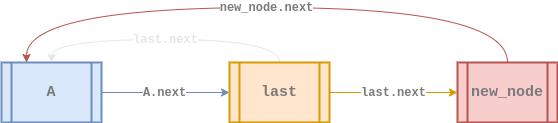
The draw.io diagram assets/data-structure/linked-list/cll-singly-insert3.png in euisblue/vue-blog, before a commit. Source tidied: cells renumbered, new cells last; positions are measured from the earlier drawing's top-left corner, leaving out a move shared by most shapes.
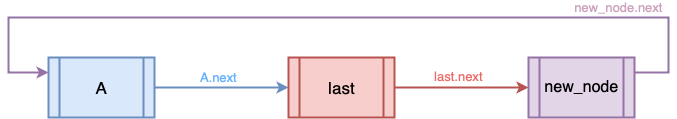
Later version of the same file.

Diff of the diagram source:
```diff
@@ -2,36 +2,35 @@
   <root>
     <mxCell id="0" />
     <mxCell id="1" parent="0" />
-    <mxCell id="2" value="&lt;b style=&quot;font-size: 11px; letter-spacing: normal; text-align: center; text-indent: 0px; text-transform: none; word-spacing: 0px; font-family: &amp;quot;courier new&amp;quot;;&quot;&gt;&lt;font style=&quot;font-size: 12px&quot; color=&quot;#7a7a7a&quot;&gt;A.next&lt;/font&gt;&lt;/b&gt;" style="edgeStyle=orthogonalEdgeStyle;curved=1;rounded=0;sketch=0;jettySize=auto;html=1;exitX=1;exitY=0.5;exitDx=0;exitDy=0;entryX=0;entryY=0.5;entryDx=0;entryDy=0;strokeColor=#6c8ebf;strokeWidth=1;fillColor=#dae8fc;fontStyle=0;" parent="1" edge="1" source="3" target="5">
-      <mxGeometry x="-0.01" relative="1" as="geometry" />
+    <mxCell id="2" value="&lt;font color=&quot;#66b2ff&quot; style=&quot;font-size: 13px&quot;&gt;A.next&lt;/font&gt;" style="edgeStyle=orthogonalEdgeStyle;rounded=0;jettySize=auto;html=1;exitX=1;exitY=0.5;exitDx=0;exitDy=0;entryX=0;entryY=0.5;entryDx=0;entryDy=0;fillColor=#dae8fc;strokeColor=#6c8ebf;strokeWidth=2;labelBackgroundColor=none;labelBorderColor=none;fontFamily=Helvetica;" parent="1" edge="1" source="3" target="5">
+      <mxGeometry x="-0.04" y="10" relative="1" as="geometry" />
     </mxCell>
-    <mxCell id="3" value="&lt;div&gt;&lt;font color=&quot;#7a7a7a&quot; face=&quot;courier new&quot; style=&quot;font-size: 15px&quot;&gt;A&lt;/font&gt;&lt;/div&gt;" style="shape=process;whiteSpace=wrap;html=1;backgroundOutline=1;fillColor=#dae8fc;strokeColor=#6c8ebf;gradientDirection=east;strokeWidth=2;shadow=0;glass=0;align=center;sketch=0;fontStyle=1;" parent="1" vertex="1">
-      <mxGeometry y="55" width="100" height="60" as="geometry" />
+    <mxCell id="3" value="&lt;font&gt;&lt;font style=&quot;font-size: 17px&quot;&gt;A&lt;/font&gt;&lt;br&gt;&lt;/font&gt;" style="shape=process;whiteSpace=wrap;html=1;backgroundOutline=1;strokeWidth=2;fillColor=#dae8fc;strokeColor=#6c8ebf;fontStyle=0;fontFamily=Helvetica;fontSize=14;labelBackgroundColor=none;labelBorderColor=none;" parent="1" vertex="1">
+      <mxGeometry x="14" y="98" width="106" height="60" as="geometry" />
     </mxCell>
-    <mxCell id="4" value="&lt;font face=&quot;courier new&quot; color=&quot;#e6e6e6&quot;&gt;&lt;span style=&quot;font-size: 12px&quot;&gt;&lt;b&gt;last.next&lt;/b&gt;&lt;/span&gt;&lt;/font&gt;" style="edgeStyle=orthogonalEdgeStyle;curved=1;rounded=0;sketch=0;jettySize=auto;html=1;exitX=0.5;exitY=0;exitDx=0;exitDy=0;entryX=0.5;entryY=0;entryDx=0;entryDy=0;strokeWidth=1;fillColor=#ffe6cc;fontStyle=0;strokeColor=#E6E6E6;" parent="1" edge="1" source="5" target="3">
-      <mxGeometry relative="1" as="geometry">
+    <mxCell id="4" value="&lt;font color=&quot;#ea6b66&quot; style=&quot;font-size: 13px ; line-height: 95%&quot;&gt;last.next&lt;/font&gt;" style="edgeStyle=orthogonalEdgeStyle;rounded=0;jettySize=auto;html=1;exitX=1;exitY=0.5;exitDx=0;exitDy=0;entryX=0;entryY=0.5;entryDx=0;entryDy=0;fillColor=#f8cecc;strokeColor=#b85450;strokeWidth=2;labelBackgroundColor=none;labelBorderColor=none;fontFamily=Helvetica;align=center;" parent="1" edge="1" source="5" target="7">
+      <mxGeometry x="-0.04" y="10" relative="1" as="geometry">
         <Array as="points">
-          <mxPoint x="278" y="32" />
-          <mxPoint x="50" y="32" />
+          <mxPoint x="414" y="128" />
+          <mxPoint x="414" y="128" />
         </Array>
       </mxGeometry>
     </mxCell>
-    <mxCell id="5" value="&lt;div&gt;&lt;font color=&quot;#7a7a7a&quot; face=&quot;courier new&quot;&gt;&lt;span style=&quot;font-size: 15px&quot;&gt;&lt;b&gt;last&lt;/b&gt;&lt;/span&gt;&lt;/font&gt;&lt;/div&gt;" style="shape=process;whiteSpace=wrap;html=1;backgroundOutline=1;fillColor=#ffe6cc;strokeColor=#d79b00;gradientDirection=east;strokeWidth=2;shadow=0;glass=0;align=center;sketch=0;fontStyle=0;" parent="1" vertex="1">
-      <mxGeometry x="228" y="55" width="100" height="60" as="geometry" />
+    <mxCell id="5" value="&lt;font&gt;&lt;font style=&quot;font-size: 17px&quot;&gt;last&lt;/font&gt;&lt;br&gt;&lt;/font&gt;" style="shape=process;whiteSpace=wrap;html=1;backgroundOutline=1;strokeWidth=2;fillColor=#f8cecc;strokeColor=#b85450;fontStyle=0;fontFamily=Helvetica;fontSize=14;labelBackgroundColor=none;labelBorderColor=none;" parent="1" vertex="1">
+      <mxGeometry x="254" y="98" width="106" height="60" as="geometry" />
     </mxCell>
-    <mxCell id="6" value="&lt;b style=&quot;color: rgb(122 , 122 , 122) ; font-family: &amp;#34;courier new&amp;#34; ; font-size: 12px ; font-style: normal ; letter-spacing: normal ; text-align: center ; text-indent: 0px ; text-transform: none ; word-spacing: 0px ; background-color: rgb(255 , 255 , 255)&quot;&gt;new_node.next&lt;/b&gt;" style="edgeStyle=orthogonalEdgeStyle;curved=1;rounded=0;sketch=0;jettySize=auto;html=1;exitX=0.5;exitY=0;exitDx=0;exitDy=0;entryX=0.25;entryY=0;entryDx=0;entryDy=0;strokeColor=#b85450;strokeWidth=1;fillColor=#f8cecc;" parent="1" edge="1" source="7" target="3">
-      <mxGeometry relative="1" as="geometry">
+    <mxCell id="6" value="&lt;span style=&quot;color: rgb(205, 162, 190); font-family: helvetica; font-size: 13px; font-style: normal; font-weight: normal; letter-spacing: normal; text-align: center; text-indent: 0px; text-transform: none; word-spacing: 0px; text-decoration: none; display: inline; float: none;&quot;&gt;new_node.next&lt;/span&gt;" style="edgeStyle=orthogonalEdgeStyle;rounded=0;jettySize=auto;html=1;exitX=1;exitY=0.25;exitDx=0;exitDy=0;entryX=0;entryY=0.25;entryDx=0;entryDy=0;labelBackgroundColor=none;strokeWidth=2;fontFamily=Helvetica;fontColor=#666666;align=center;fillColor=#e1d5e7;strokeColor=#9673a6;" parent="1" edge="1" source="7" target="3">
+      <mxGeometry x="-0.67" y="-10" relative="1" as="geometry">
         <Array as="points">
-          <mxPoint x="506" />
-          <mxPoint x="25" />
+          <mxPoint x="634" y="113" />
+          <mxPoint x="634" y="58" />
+          <mxPoint x="-26" y="58" />
+          <mxPoint x="-26" y="113" />
         </Array>
       </mxGeometry>
     </mxCell>
-    <mxCell id="7" value="&lt;b&gt;&lt;font style=&quot;font-size: 15px&quot; face=&quot;Courier New&quot; color=&quot;#7a7a7a&quot;&gt;new_node&lt;/font&gt;&lt;/b&gt;" style="shape=process;whiteSpace=wrap;html=1;backgroundOutline=1;fillColor=#f8cecc;strokeColor=#b85450;gradientDirection=east;strokeWidth=2;shadow=0;glass=0;sketch=0;fontStyle=0;" parent="1" vertex="1">
-      <mxGeometry x="456" y="55" width="100" height="60" as="geometry" />
+    <mxCell id="7" value="&lt;font&gt;&lt;font style=&quot;font-size: 16px&quot;&gt;new_node&lt;/font&gt;&lt;br&gt;&lt;/font&gt;" style="shape=process;whiteSpace=wrap;html=1;backgroundOutline=1;strokeWidth=2;fillColor=#e1d5e7;strokeColor=#9673a6;fontStyle=0;fontFamily=Helvetica;fontSize=14;labelBackgroundColor=none;labelBorderColor=none;" parent="1" vertex="1">
+      <mxGeometry x="494" y="98" width="106" height="60" as="geometry" />
     </mxCell>
-    <mxCell id="8" value="&lt;font color=&quot;#7a7a7a&quot; face=&quot;courier new&quot;&gt;&lt;span style=&quot;font-size: 12px&quot;&gt;&lt;b&gt;last.next&lt;/b&gt;&lt;/span&gt;&lt;/font&gt;" style="rounded=0;sketch=0;jettySize=auto;html=1;exitX=1;exitY=0.5;exitDx=0;exitDy=0;entryX=0;entryY=0.5;entryDx=0;entryDy=0;strokeWidth=1;strokeColor=#d79b00;fillColor=#ffe6cc;fontStyle=0;" parent="1" edge="1" source="5" target="7">
-      <mxGeometry relative="1" as="geometry" />
-    </mxCell>
   </root>
 </mxGraphModel>
```
